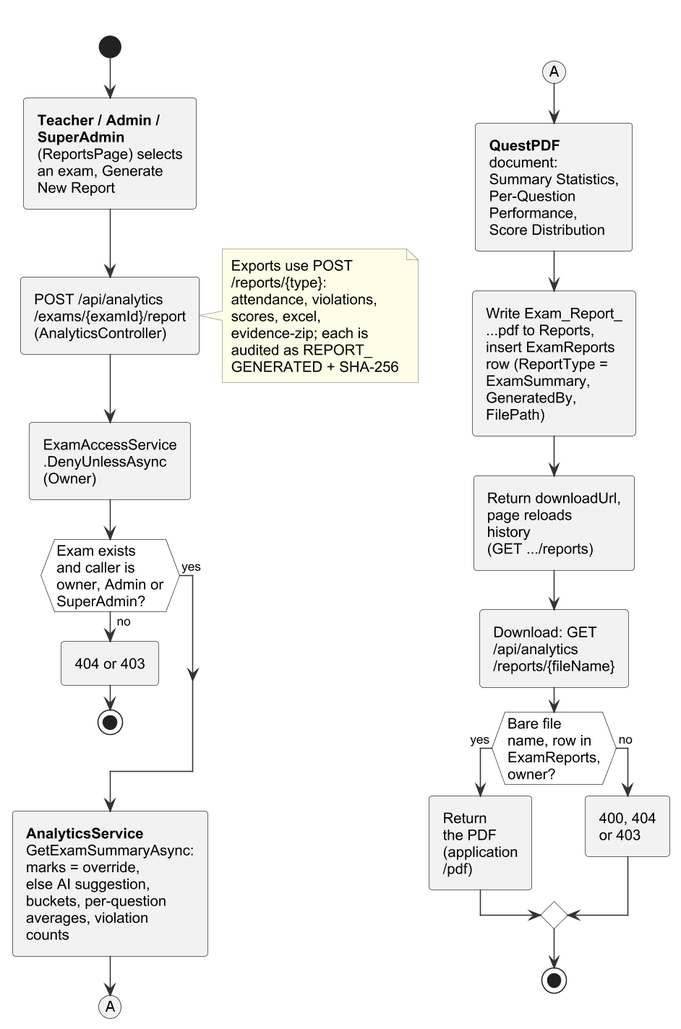
Earlier version of the PlantUML export important docs/fyp_doc_3chatp/Figures/activity_report.png (Haiderali27-hub/AI-Lab-Monitoring-).
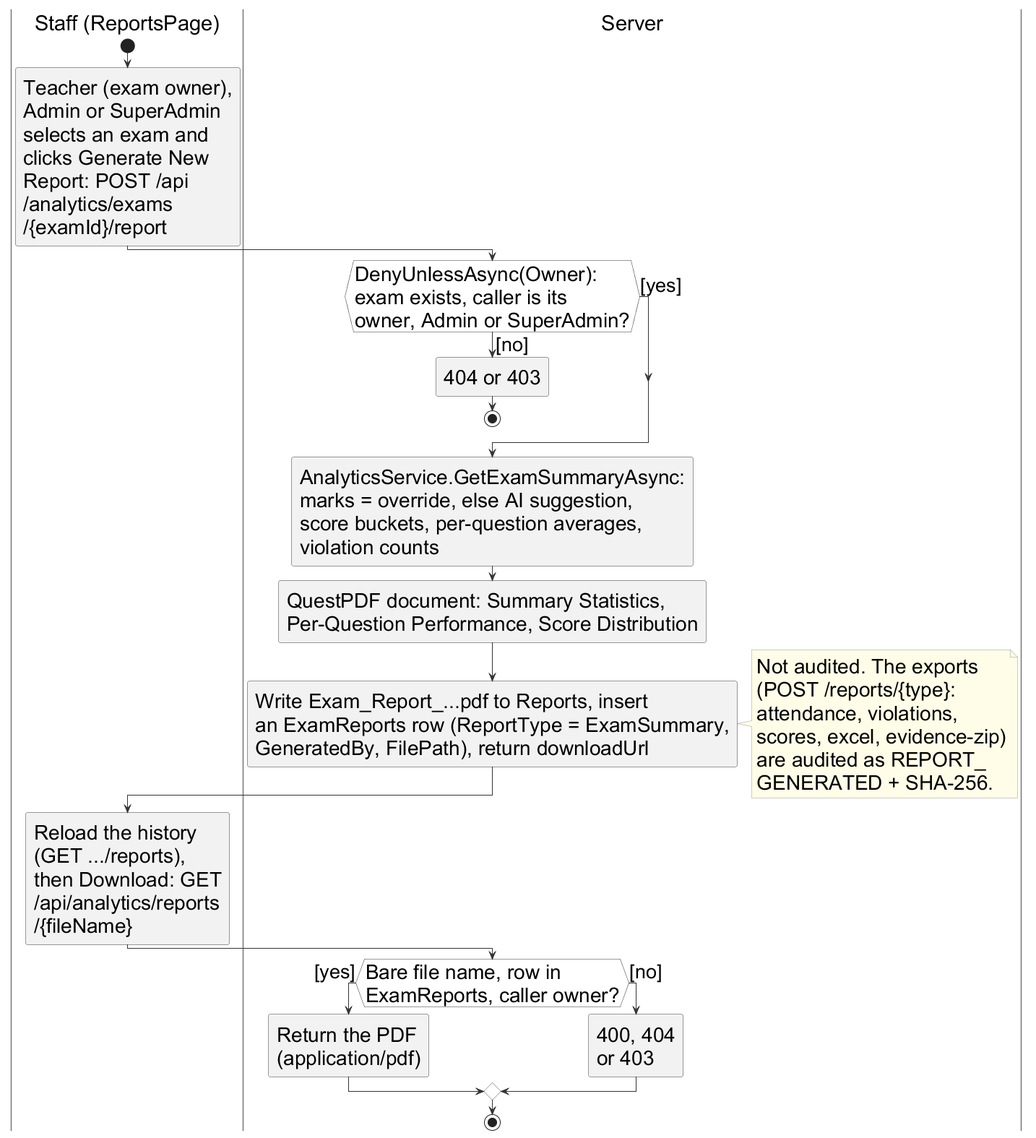
After the commit.

The edit, as a diff of the source:
```diff
@@ -1,77 +1,58 @@
 @startuml
 !include style.iuml
-skinparam defaultFontSize 13
-skinparam ArrowFontSize 11
-
-split
-  -[hidden]->
-  start
-  :<b>Teacher / Admin /</b>
-  <b>SuperAdmin</b>
-  (ReportsPage) selects
-  an exam, Generate
-  New Report;
-  :POST /api/analytics
-  /exams/{examId}/report
-  (AnalyticsController);
-  note right
-    Exports use POST
-    /reports/{type}:
-    attendance, violations,
-    scores, excel,
-    evidence-zip; each is
-    audited as REPORT_
-    GENERATED + SHA-256
-  end note
-  :ExamAccessService
-  .DenyUnlessAsync
-  (Owner);
-  if (Exam exists\nand caller is\nowner, Admin or\nSuperAdmin?) then (no)
-    :404 or 403;
-    stop
-  else (yes)
-  endif
-  :<b>AnalyticsService</b>
-  GetExamSummaryAsync:
-  marks = override,
-  else AI suggestion,
-  buckets, per-question
-  averages, violation
-  counts;
-  (A)
-  detach
-split again
-  -[hidden]->
-  (A)
-  :<b>QuestPDF</b>
-  document:
-  Summary Statistics,
-  Per-Question
-  Performance,
-  Score Distribution;
-  :Write Exam_Report_
-  ...pdf to Reports,
-  insert ExamReports
-  row (ReportType =
-  ExamSummary,
-  GeneratedBy,
-  FilePath);
-  :Return downloadUrl,
-  page reloads
-  history
-  (GET .../reports);
-  :Download: GET
-  /api/analytics
-  /reports/{fileName};
-  if (Bare file\nname, row in\nExamReports,\nowner?) then (yes)
-    :Return
-    the PDF
-    (application
-    /pdf);
-  else (no)
-    :400, 404
-    or 403;
-  endif
+skinparam dpi 96
+skinparam defaultFontSize 28
+skinparam ArrowFontSize 27
+skinparam padding 1
+skinparam swimlane {
+  BorderColor #777777
+  TitleFontSize 29
+}
+|Staff (ReportsPage)|
+start
+:Teacher (exam owner),
+Admin or SuperAdmin
+selects an exam and
+clicks Generate New
+Report: POST /api
+/analytics/exams
+/{examId}/report;
+|Server|
+if (DenyUnlessAsync(Owner):\nexam exists, caller is its\nowner, Admin or SuperAdmin?) then ([no])
+  :404 or 403;
   stop
-end split
+else ([yes])
+endif
+:AnalyticsService.GetExamSummaryAsync:
+marks = override, else AI suggestion,
+score buckets, per-question averages,
+violation counts;
+:QuestPDF document: Summary Statistics,
+Per-Question Performance, Score Distribution;
+:Write Exam_Report_...pdf to Reports, insert
+an ExamReports row (ReportType = ExamSummary,
+GeneratedBy, FilePath), return downloadUrl;
+note right
+  Not audited. The exports
+  (POST /reports/{type}:
+  attendance, violations,
+  scores, excel, evidence-zip)
+  are audited as REPORT_
+  GENERATED + SHA-256.
+end note
+|Staff (ReportsPage)|
+:Reload the history
+(GET .../reports),
+then Download: GET
+/api/analytics/reports
+/{fileName};
+|Server|
+if (Bare file name, row in\nExamReports, caller owner?) then ([yes])
+  :Return the PDF
+  (application/pdf);
+else ([no])
+  :400, 404
+  or 403;
+endif
+stop
 @enduml
```
